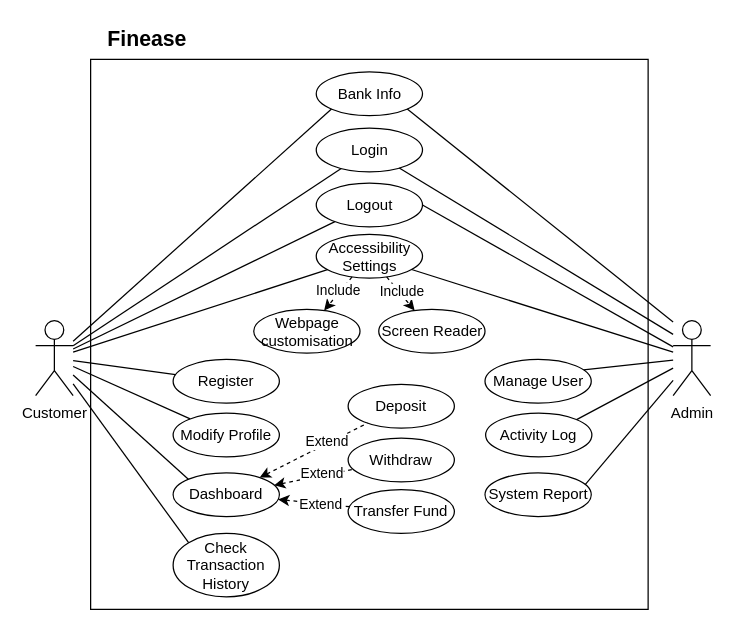
Before: page "use case" (1 of 5) of finease.drawio in bluuberrya/FineaseTTS, a draw.io diagram. Source tidied: cells renumbered, new cells numbered last; positions are measured from the earlier drawing's top-left corner, leaving out a move shared by most shapes. Both pictures are drawn from the tidied source at 125%, with x=0, y=0 at pixel (35, 21).
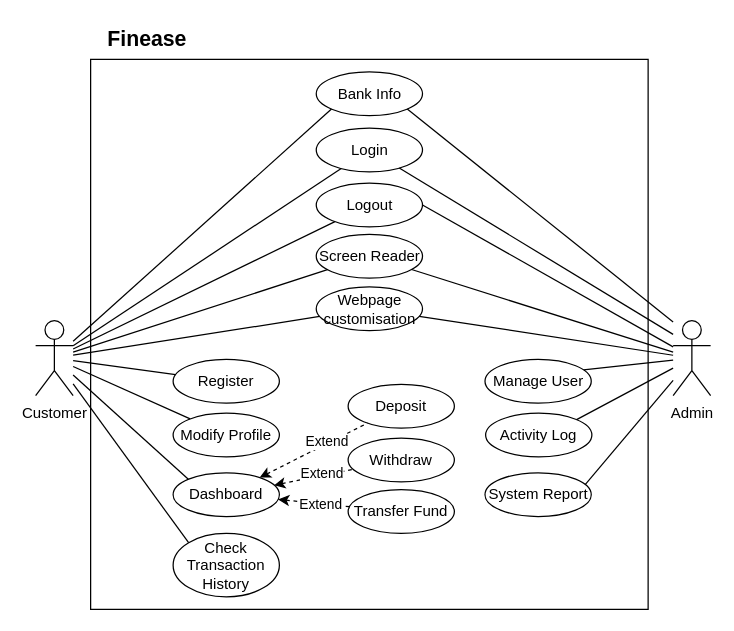
Above is the later version.

Unchanged cells that the change refers to:
```xml
<mxCell id="22" value="Customer" style="shape=umlActor;html=1;verticalLabelPosition=bottom;verticalAlign=top;align=center;" parent="1" vertex="1">
  <mxGeometry y="239" width="30" height="60" as="geometry" />
</mxCell>
<mxCell id="36" value="Admin" style="shape=umlActor;html=1;verticalLabelPosition=bottom;verticalAlign=top;align=center;" parent="1" vertex="1">
  <mxGeometry x="510" y="239" width="30" height="60" as="geometry" />
</mxCell>
```

The edit, as a diff of the source:
```diff
@@
-    <mxCell id="7" value="Accessibility Settings" style="ellipse;whiteSpace=wrap;html=1;" parent="1" vertex="1">
+    <mxCell id="7" value="Screen Reader" style="ellipse;whiteSpace=wrap;html=1;" parent="1" vertex="1">
       <mxGeometry x="224.5" y="170" width="85" height="35" as="geometry" />
     </mxCell>
@@
-    <mxCell id="27" value="Screen Reader" style="ellipse;whiteSpace=wrap;html=1;" parent="1" vertex="1">
-      <mxGeometry x="274.5" y="230" width="85" height="35" as="geometry" />
-    </mxCell>
-    <mxCell id="28" style="rounded=0;jettySize=auto;html=1;endArrow=classic;endFill=1;startArrow=none;startFill=0;dashed=1;" parent="1" edge="1" source="7" target="27">
-      <mxGeometry relative="1" as="geometry" />
-    </mxCell>
-    <mxCell id="29" value="Include" style="edgeLabel;html=1;align=center;verticalAlign=middle;labelBackgroundColor=default;" parent="28" vertex="1">
-      <mxGeometry x="0.3" y="1" relative="1" as="geometry">
-        <mxPoint x="-4" y="-6" as="offset" />
-      </mxGeometry>
-    </mxCell>
     <mxCell id="30" value="Webpage customisation" style="ellipse;whiteSpace=wrap;html=1;" parent="1" vertex="1">
-      <mxGeometry x="174.5" y="230" width="85" height="35" as="geometry" />
+      <mxGeometry x="224.5" y="212" width="85" height="35" as="geometry" />
     </mxCell>
-    <mxCell id="31" style="rounded=0;jettySize=auto;html=1;endArrow=classic;endFill=1;startArrow=none;startFill=0;dashed=1;" parent="1" edge="1" source="7" target="30">
-      <mxGeometry relative="1" as="geometry" />
-    </mxCell>
-    <mxCell id="32" value="Include" style="edgeLabel;html=1;align=center;verticalAlign=middle;labelBackgroundColor=default;" parent="31" vertex="1">
-      <mxGeometry x="0.3" y="1" relative="1" as="geometry">
-        <mxPoint x="2" y="-8" as="offset" />
-      </mxGeometry>
-    </mxCell>
@@
+    <mxCell id="47" style="rounded=0;jettySize=auto;html=1;endArrow=none;endFill=0;" parent="1" edge="1" source="22" target="30">
+      <mxGeometry relative="1" as="geometry" />
+    </mxCell>
+    <mxCell id="48" style="rounded=0;jettySize=auto;html=1;endArrow=none;endFill=0;" parent="1" edge="1" source="36" target="30">
+      <mxGeometry relative="1" as="geometry" />
+    </mxCell>
```
